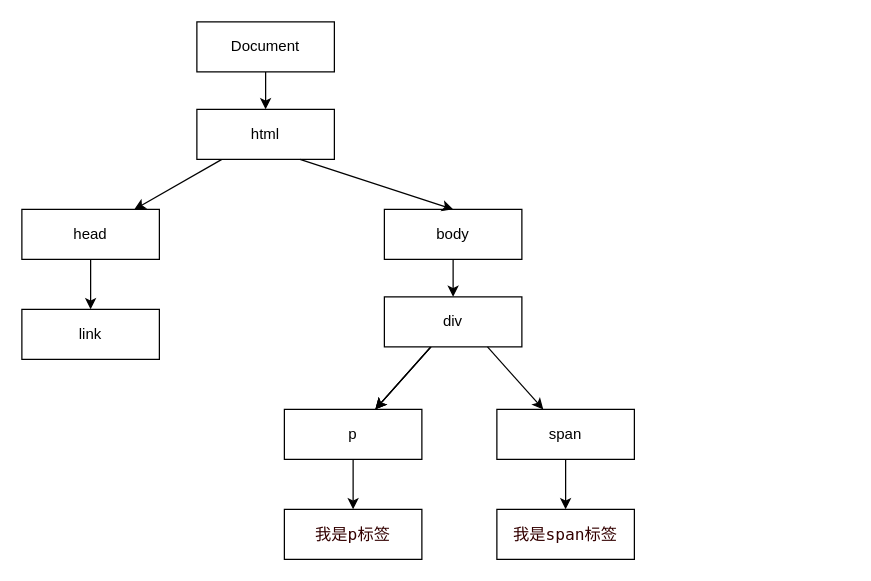
Before: 浏览器渲染.drawio in dasheng667/mygitbook, a draw.io diagram. Source tidied: cells renumbered, new cells numbered last; positions are measured from the earlier drawing's top-left corner, leaving out a move shared by most shapes. Both pictures are drawn from the tidied source at 125%, with x=0, y=0 at pixel (21, 21).
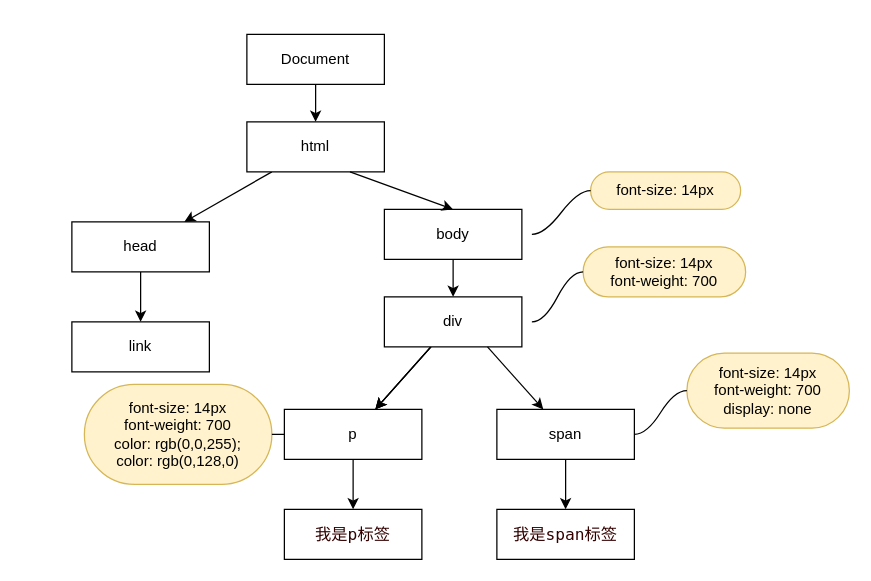
Above is the later version.

Commit message:
浏览器渲染.drawio

The change refers to these unchanged cells:
```xml
<mxCell id="17" value="&lt;div&gt;p&lt;/div&gt;" style="rounded=0;whiteSpace=wrap;html=1;" parent="1" vertex="1">
  <mxGeometry x="210" y="310" width="110" height="40" as="geometry" />
</mxCell>
```

Change to the diagram source:
```diff
@@
     <mxCell id="3" value="&lt;div&gt;Document&lt;/div&gt;" style="rounded=0;whiteSpace=wrap;html=1;" parent="1" vertex="1">
-      <mxGeometry x="140" width="110" height="40" as="geometry" />
+      <mxGeometry x="180" y="10" width="110" height="40" as="geometry" />
     </mxCell>
@@
     <mxCell id="5" value="&lt;div&gt;html&lt;/div&gt;" style="rounded=0;whiteSpace=wrap;html=1;" parent="1" vertex="1">
-      <mxGeometry x="140" y="70" width="110" height="40" as="geometry" />
+      <mxGeometry x="180" y="80" width="110" height="40" as="geometry" />
     </mxCell>
@@
     <mxCell id="7" value="&lt;div&gt;head&lt;/div&gt;" style="rounded=0;whiteSpace=wrap;html=1;" parent="1" vertex="1">
-      <mxGeometry y="150" width="110" height="40" as="geometry" />
+      <mxGeometry x="40" y="160" width="110" height="40" as="geometry" />
     </mxCell>
@@
     <mxCell id="11" value="link" style="rounded=0;whiteSpace=wrap;html=1;" parent="1" vertex="1">
-      <mxGeometry y="230" width="110" height="40" as="geometry" />
+      <mxGeometry x="40" y="240" width="110" height="40" as="geometry" />
     </mxCell>
@@
+    <mxCell id="23" value="font-size: 14px" style="whiteSpace=wrap;html=1;rounded=1;arcSize=50;align=center;verticalAlign=middle;strokeWidth=1;spacing=4;newEdgeStyle={&quot;edgeStyle&quot;:&quot;entityRelationEdgeStyle&quot;,&quot;startArrow&quot;:&quot;none&quot;,&quot;endArrow&quot;:&quot;none&quot;,&quot;segment&quot;:10,&quot;curved&quot;:1};labelBackgroundColor=none;fillColor=#fff2cc;strokeColor=#d6b656;" parent="1" vertex="1">
+      <mxGeometry x="455" y="120" width="120" height="30" as="geometry" />
+    </mxCell>
+    <mxCell id="24" style="edgeStyle=entityRelationEdgeStyle;startArrow=none;endArrow=none;segment=10;curved=1;rounded=0;fontColor=#000000;" parent="1" edge="1" target="23">
+      <mxGeometry relative="1" as="geometry">
+        <mxPoint x="408" y="170" as="sourcePoint" />
+      </mxGeometry>
+    </mxCell>
+    <mxCell id="25" value="font-size: 14px&lt;div&gt;font-weight: 700&lt;/div&gt;" style="whiteSpace=wrap;html=1;rounded=1;arcSize=50;align=center;verticalAlign=middle;strokeWidth=1;spacing=4;newEdgeStyle={&quot;edgeStyle&quot;:&quot;entityRelationEdgeStyle&quot;,&quot;startArrow&quot;:&quot;none&quot;,&quot;endArrow&quot;:&quot;none&quot;,&quot;segment&quot;:10,&quot;curved&quot;:1};labelBackgroundColor=none;fillColor=#fff2cc;strokeColor=#d6b656;" parent="1" vertex="1">
+      <mxGeometry x="449" y="180" width="130" height="40" as="geometry" />
+    </mxCell>
+    <mxCell id="26" style="edgeStyle=entityRelationEdgeStyle;startArrow=none;endArrow=none;segment=10;curved=1;rounded=0;fontColor=#000000;" parent="1" edge="1" target="25">
+      <mxGeometry relative="1" as="geometry">
+        <mxPoint x="408" y="240" as="sourcePoint" />
+      </mxGeometry>
+    </mxCell>
+    <mxCell id="27" value="font-size: 14px&lt;div&gt;font-weight: 700&lt;/div&gt;&lt;div&gt;display: none&lt;/div&gt;" style="whiteSpace=wrap;html=1;rounded=1;arcSize=50;align=center;verticalAlign=middle;strokeWidth=1;spacing=4;newEdgeStyle={&quot;edgeStyle&quot;:&quot;entityRelationEdgeStyle&quot;,&quot;startArrow&quot;:&quot;none&quot;,&quot;endArrow&quot;:&quot;none&quot;,&quot;segment&quot;:10,&quot;curved&quot;:1};labelBackgroundColor=none;fillColor=#fff2cc;strokeColor=#d6b656;" parent="1" vertex="1">
+      <mxGeometry x="532" y="265" width="130" height="60" as="geometry" />
+    </mxCell>
+    <mxCell id="28" style="edgeStyle=entityRelationEdgeStyle;startArrow=none;endArrow=none;segment=10;curved=1;rounded=0;fontColor=#000000;" parent="1" edge="1" target="27">
+      <mxGeometry relative="1" as="geometry">
+        <mxPoint x="490" y="330" as="sourcePoint" />
+      </mxGeometry>
+    </mxCell>
+    <mxCell id="29" value="font-size: 14px&lt;div&gt;font-weight: 700&lt;/div&gt;&lt;div&gt;color: rgb(0,0,255);&lt;br&gt;&lt;/div&gt;&lt;div&gt;color: rgb(0,128,0)&lt;/div&gt;" style="whiteSpace=wrap;html=1;rounded=1;arcSize=50;align=center;verticalAlign=middle;strokeWidth=1;spacing=4;newEdgeStyle={&quot;edgeStyle&quot;:&quot;entityRelationEdgeStyle&quot;,&quot;startArrow&quot;:&quot;none&quot;,&quot;endArrow&quot;:&quot;none&quot;,&quot;segment&quot;:10,&quot;curved&quot;:1};labelBackgroundColor=none;fillColor=#fff2cc;strokeColor=#d6b656;" parent="1" vertex="1">
+      <mxGeometry x="50" y="290" width="150" height="80" as="geometry" />
+    </mxCell>
+    <mxCell id="30" style="edgeStyle=entityRelationEdgeStyle;startArrow=none;endArrow=none;segment=10;curved=1;rounded=0;fontColor=#000000;entryX=1;entryY=0.5;entryDx=0;entryDy=0;exitX=0;exitY=0.5;exitDx=0;exitDy=0;" parent="1" edge="1" source="17" target="29">
+      <mxGeometry relative="1" as="geometry" />
+    </mxCell>
```
